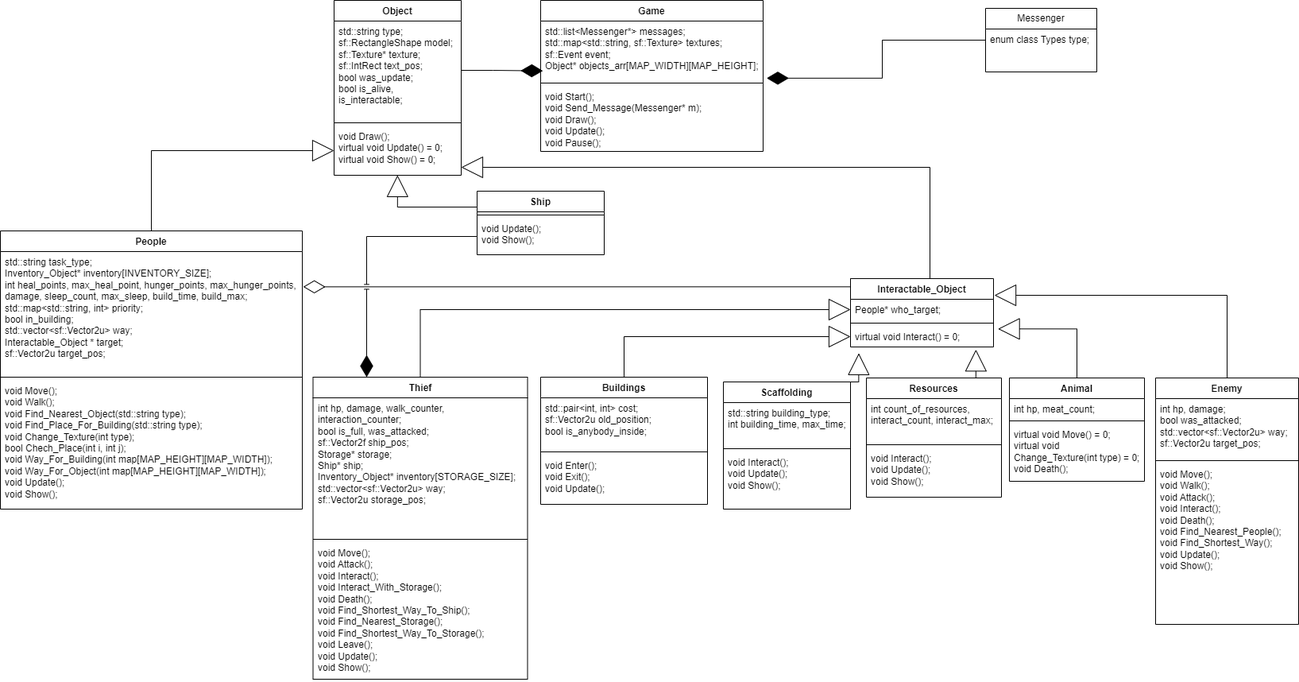
The draw.io diagram diagram.drawio.png in Darber32/Colony-Simulation, before a commit. Source tidied: cells renumbered, new cells last; positions are measured from the earlier drawing's top-left corner, leaving out a move shared by most shapes.
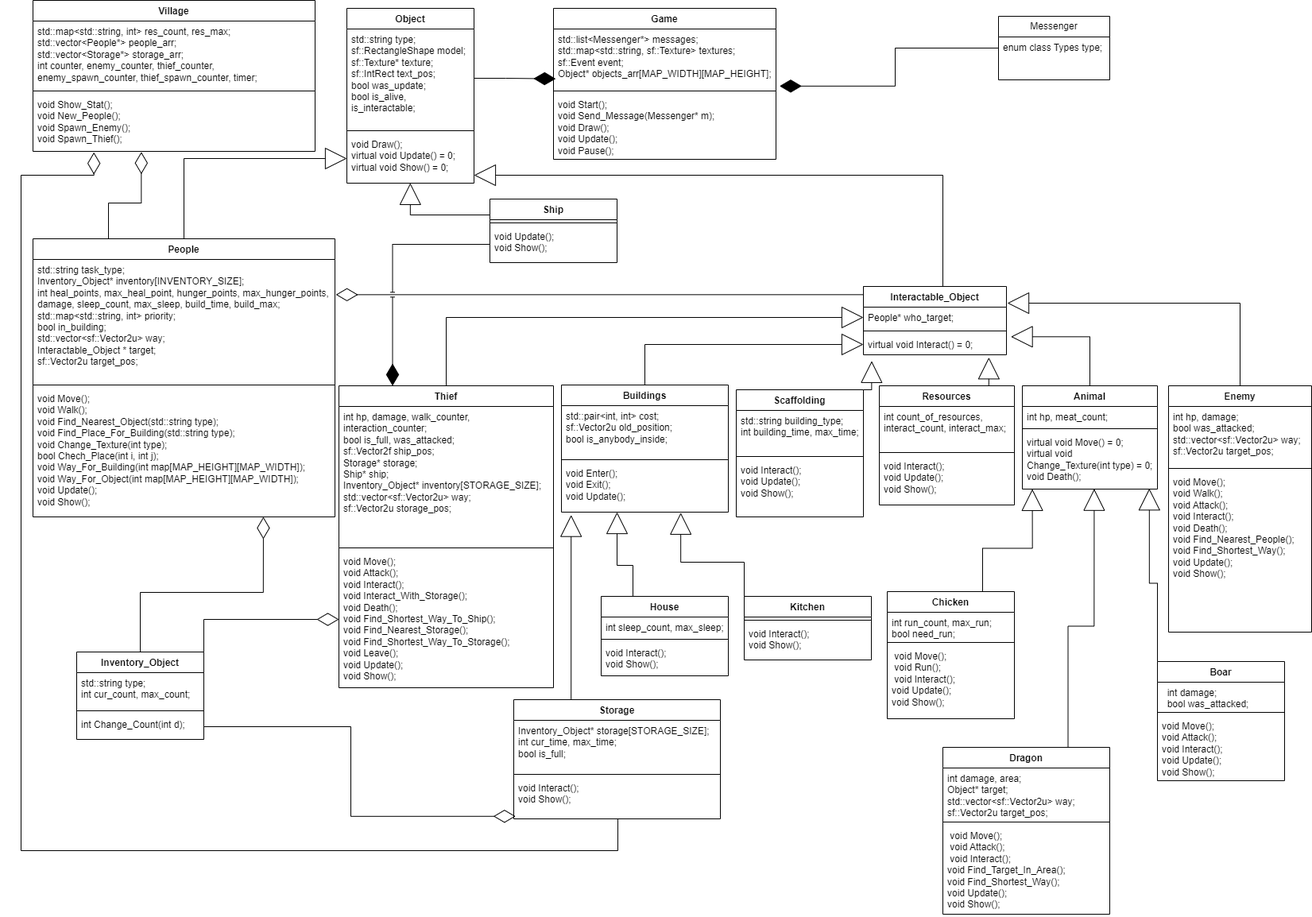
After the commit.

Diff of the diagram source:
```diff
@@ -41,8 +41,11 @@
     <mxCell id="14" style="edgeStyle=orthogonalEdgeStyle;rounded=0;jettySize=auto;html=1;endArrow=block;endFill=0;endSize=25;" parent="1" edge="1" source="15" target="12">
       <mxGeometry relative="1" as="geometry" />
     </mxCell>
+    <mxCell id="60" style="edgeStyle=orthogonalEdgeStyle;rounded=0;jettySize=auto;html=1;exitX=0.25;exitY=0;exitDx=0;exitDy=0;entryX=0.384;entryY=1.01;entryDx=0;entryDy=0;entryPerimeter=0;endArrow=diamondThin;endFill=0;endSize=25;" parent="1" edge="1" source="15" target="86">
+      <mxGeometry relative="1" as="geometry" />
+    </mxCell>
     <mxCell id="15" value="People" style="swimlane;fontStyle=1;align=center;verticalAlign=top;horizontal=1;startSize=26;whiteSpace=wrap;html=1;" parent="1" vertex="1">
-      <mxGeometry y="290" width="380" height="350" as="geometry" />
+      <mxGeometry x="25" y="290" width="380" height="350" as="geometry" />
     </mxCell>
     <mxCell id="16" value="&lt;div&gt;std::string task_type;&lt;/div&gt;&lt;div&gt;Inventory_Object* inventory[INVENTORY_SIZE];&lt;/div&gt;&lt;div&gt;int heal_points, max_heal_point, hunger_points, max_hunger_points, damage, sleep_count, max_sleep, build_time, build_max;&lt;/div&gt;&lt;div&gt;std::map&amp;lt;std::string, int&amp;gt; priority;&lt;/div&gt;&lt;div&gt;bool in_building;&lt;/div&gt;&lt;div&gt;std::vector&amp;lt;sf::Vector2u&amp;gt; way;&lt;/div&gt;&lt;div&gt;Interactable_Object * target;&lt;/div&gt;&lt;div&gt;sf::Vector2u target_pos;&lt;/div&gt;" style="text;strokeColor=none;fillColor=none;align=left;verticalAlign=top;spacingLeft=4;spacingRight=4;overflow=hidden;points=[[0,0.5],[1,0.5]];portConstraint=eastwest;whiteSpace=wrap;html=1;" parent="15" vertex="1">
       <mxGeometry y="26" width="380" height="154" as="geometry" />
@@ -78,7 +81,7 @@
       <mxGeometry relative="1" as="geometry" />
     </mxCell>
     <mxCell id="25" value="Buildings&lt;div&gt;&lt;br&gt;&lt;/div&gt;" style="swimlane;fontStyle=1;align=center;verticalAlign=top;horizontal=1;startSize=26;whiteSpace=wrap;html=1;" parent="1" vertex="1">
-      <mxGeometry x="680" y="474" width="210" height="160" as="geometry" />
+      <mxGeometry x="690" y="474" width="210" height="160" as="geometry" />
     </mxCell>
     <mxCell id="26" value="&lt;div&gt;std::pair&amp;lt;int, int&amp;gt; cost;&lt;/div&gt;&lt;div&gt;sf::Vector2u old_position;&lt;/div&gt;&lt;div&gt;bool is_anybody_inside;&lt;/div&gt;" style="text;strokeColor=none;fillColor=none;align=left;verticalAlign=top;spacingLeft=4;spacingRight=4;overflow=hidden;whiteSpace=wrap;html=1;" parent="25" vertex="1">
       <mxGeometry y="26" width="210" height="64" as="geometry" />
@@ -90,7 +93,7 @@
       <mxGeometry y="98" width="210" height="62" as="geometry" />
     </mxCell>
     <mxCell id="29" value="Thief" style="swimlane;fontStyle=1;align=center;verticalAlign=top;horizontal=1;startSize=26;whiteSpace=wrap;html=1;" parent="1" vertex="1">
-      <mxGeometry x="393.5" y="474" width="270" height="380" as="geometry" />
+      <mxGeometry x="410" y="475" width="270" height="380" as="geometry" />
     </mxCell>
     <mxCell id="30" value="&lt;div&gt;int hp, damage, walk_counter, interaction_counter;&lt;/div&gt;&lt;div&gt;bool is_full, was_attacked;&lt;/div&gt;&lt;div&gt;sf::Vector2f ship_pos;&lt;/div&gt;&lt;div&gt;Storage* storage;&lt;/div&gt;&lt;div&gt;Ship* ship;&lt;/div&gt;&lt;div&gt;Inventory_Object* inventory[STORAGE_SIZE];&lt;/div&gt;&lt;div&gt;std::vector&amp;lt;sf::Vector2u&amp;gt; way;&lt;/div&gt;&lt;div&gt;sf::Vector2u storage_pos;&lt;/div&gt;" style="text;strokeColor=none;fillColor=none;align=left;verticalAlign=top;spacingLeft=4;spacingRight=4;overflow=hidden;whiteSpace=wrap;html=1;" parent="29" vertex="1">
       <mxGeometry y="26" width="270" height="174" as="geometry" />
@@ -186,5 +189,144 @@
     <mxCell id="59" style="edgeStyle=orthogonalEdgeStyle;rounded=0;jettySize=auto;html=1;exitX=0;exitY=0.5;exitDx=0;exitDy=0;entryX=0.25;entryY=0;entryDx=0;entryDy=0;endArrow=diamondThin;endFill=1;endSize=25;jumpStyle=line;" parent="1" edge="1" source="55" target="29">
       <mxGeometry relative="1" as="geometry" />
     </mxCell>
+    <mxCell id="61" style="edgeStyle=orthogonalEdgeStyle;rounded=0;jettySize=auto;html=1;exitX=0.75;exitY=0;exitDx=0;exitDy=0;entryX=0.058;entryY=1.058;entryDx=0;entryDy=0;entryPerimeter=0;endArrow=block;endFill=0;endSize=25;" parent="1" edge="1" source="63" target="28">
+      <mxGeometry relative="1" as="geometry">
+        <Array as="points">
+          <mxPoint x="702" y="870" />
+        </Array>
+      </mxGeometry>
+    </mxCell>
+    <mxCell id="62" style="edgeStyle=orthogonalEdgeStyle;rounded=0;jettySize=auto;html=1;exitX=0.504;exitY=1.011;exitDx=0;exitDy=0;exitPerimeter=0;endArrow=diamondThin;endFill=0;endSize=25;entryX=0.216;entryY=1.016;entryDx=0;entryDy=0;entryPerimeter=0;" parent="1" edge="1" source="66" target="86">
+      <mxGeometry relative="1" as="geometry">
+        <Array as="points">
+          <mxPoint x="761" y="1060" />
+          <mxPoint x="10" y="1060" />
+          <mxPoint x="10" y="210" />
+          <mxPoint x="102" y="210" />
+        </Array>
+      </mxGeometry>
+    </mxCell>
+    <mxCell id="63" value="Storage" style="swimlane;fontStyle=1;align=center;verticalAlign=top;horizontal=1;startSize=26;whiteSpace=wrap;html=1;" parent="1" vertex="1">
+      <mxGeometry x="630" y="870" width="260" height="150" as="geometry" />
+    </mxCell>
+    <mxCell id="64" value="&lt;div&gt;Inventory_Object* storage[STORAGE_SIZE];&lt;/div&gt;&lt;div&gt;int cur_time, max_time;&lt;/div&gt;&lt;div&gt;bool is_full;&lt;/div&gt;" style="text;strokeColor=none;fillColor=none;align=left;verticalAlign=top;spacingLeft=4;spacingRight=4;overflow=hidden;whiteSpace=wrap;html=1;" parent="63" vertex="1">
+      <mxGeometry y="26" width="260" height="64" as="geometry" />
+    </mxCell>
+    <mxCell id="65" style="line;strokeWidth=1;fillColor=none;align=left;verticalAlign=middle;spacingTop=-1;spacingLeft=3;spacingRight=3;labelPosition=right;strokeColor=inherit;" parent="63" vertex="1">
+      <mxGeometry y="90" width="260" height="8" as="geometry" />
+    </mxCell>
+    <mxCell id="66" value="void Interact();&lt;div&gt;void Show();&lt;br&gt;&lt;/div&gt;" style="text;strokeColor=none;fillColor=none;align=left;verticalAlign=top;spacingLeft=4;spacingRight=4;overflow=hidden;points=[[0,0.5],[1,0.5]];portConstraint=eastwest;whiteSpace=wrap;html=1;" parent="63" vertex="1">
+      <mxGeometry y="98" width="260" height="52" as="geometry" />
+    </mxCell>
+    <mxCell id="67" style="edgeStyle=orthogonalEdgeStyle;rounded=0;jettySize=auto;html=1;exitX=0.25;exitY=0;exitDx=0;exitDy=0;endArrow=block;endFill=0;endSize=25;" parent="1" edge="1" source="68" target="28">
+      <mxGeometry relative="1" as="geometry">
+        <Array as="points">
+          <mxPoint x="780" y="701" />
+          <mxPoint x="760" y="701" />
+        </Array>
+      </mxGeometry>
+    </mxCell>
+    <mxCell id="68" value="House" style="swimlane;fontStyle=1;align=center;verticalAlign=top;horizontal=1;startSize=26;whiteSpace=wrap;html=1;" parent="1" vertex="1">
+      <mxGeometry x="740" y="740" width="160" height="100" as="geometry" />
+    </mxCell>
+    <mxCell id="69" value="int sleep_count, max_sleep;" style="text;strokeColor=none;fillColor=none;align=left;verticalAlign=top;spacingLeft=4;spacingRight=4;overflow=hidden;whiteSpace=wrap;html=1;" parent="68" vertex="1">
+      <mxGeometry y="26" width="160" height="24" as="geometry" />
+    </mxCell>
+    <mxCell id="70" style="line;strokeWidth=1;fillColor=none;align=left;verticalAlign=middle;spacingTop=-1;spacingLeft=3;spacingRight=3;labelPosition=right;strokeColor=inherit;" parent="68" vertex="1">
+      <mxGeometry y="50" width="160" height="8" as="geometry" />
+    </mxCell>
+    <mxCell id="71" value="void Interact();&lt;div&gt;void Show();&lt;/div&gt;" style="text;strokeColor=none;fillColor=none;align=left;verticalAlign=top;spacingLeft=4;spacingRight=4;overflow=hidden;whiteSpace=wrap;html=1;" parent="68" vertex="1">
+      <mxGeometry y="58" width="160" height="42" as="geometry" />
+    </mxCell>
+    <mxCell id="72" value="Kitchen" style="swimlane;fontStyle=1;align=center;verticalAlign=top;horizontal=1;startSize=26;whiteSpace=wrap;html=1;" parent="1" vertex="1">
+      <mxGeometry x="920" y="740" width="160" height="80" as="geometry" />
+    </mxCell>
+    <mxCell id="73" style="line;strokeWidth=1;fillColor=none;align=left;verticalAlign=middle;spacingTop=-1;spacingLeft=3;spacingRight=3;labelPosition=right;strokeColor=inherit;" parent="72" vertex="1">
+      <mxGeometry y="26" width="160" height="8" as="geometry" />
+    </mxCell>
+    <mxCell id="74" value="void Interact();&lt;div&gt;void Show();&lt;/div&gt;" style="text;strokeColor=none;fillColor=none;align=left;verticalAlign=top;spacingLeft=4;spacingRight=4;overflow=hidden;whiteSpace=wrap;html=1;" parent="72" vertex="1">
+      <mxGeometry y="34" width="160" height="46" as="geometry" />
+    </mxCell>
+    <mxCell id="75" style="edgeStyle=orthogonalEdgeStyle;rounded=0;jettySize=auto;html=1;exitX=0;exitY=0;exitDx=0;exitDy=0;endArrow=block;endFill=0;endSize=25;entryX=0.715;entryY=1.013;entryDx=0;entryDy=0;entryPerimeter=0;" parent="1" edge="1" source="72" target="28">
+      <mxGeometry relative="1" as="geometry" />
+    </mxCell>
+    <mxCell id="76" style="edgeStyle=orthogonalEdgeStyle;rounded=0;jettySize=auto;html=1;exitX=0.5;exitY=0;exitDx=0;exitDy=0;endArrow=diamondThin;endFill=0;endSize=25;entryX=0.763;entryY=1;entryDx=0;entryDy=0;entryPerimeter=0;" parent="1" edge="1" source="78" target="18">
+      <mxGeometry relative="1" as="geometry" />
+    </mxCell>
+    <mxCell id="77" style="edgeStyle=orthogonalEdgeStyle;rounded=0;jettySize=auto;html=1;exitX=1;exitY=0;exitDx=0;exitDy=0;endArrow=diamondThin;endFill=0;endSize=25;" parent="1" edge="1" source="78" target="32">
+      <mxGeometry relative="1" as="geometry" />
+    </mxCell>
+    <mxCell id="78" value="Inventory_Object" style="swimlane;fontStyle=1;align=center;verticalAlign=top;horizontal=1;startSize=26;whiteSpace=wrap;html=1;" parent="1" vertex="1">
+      <mxGeometry x="80" y="810" width="160" height="110" as="geometry" />
+    </mxCell>
+    <mxCell id="79" value="&lt;div&gt;std::string type;&lt;/div&gt;&lt;div&gt;int cur_count, max_count;&lt;/div&gt;" style="text;strokeColor=none;fillColor=none;align=left;verticalAlign=top;spacingLeft=4;spacingRight=4;overflow=hidden;whiteSpace=wrap;html=1;" parent="78" vertex="1">
+      <mxGeometry y="26" width="160" height="44" as="geometry" />
+    </mxCell>
+    <mxCell id="80" style="line;strokeWidth=1;fillColor=none;align=left;verticalAlign=middle;spacingTop=-1;spacingLeft=3;spacingRight=3;labelPosition=right;strokeColor=inherit;" parent="78" vertex="1">
+      <mxGeometry y="70" width="160" height="8" as="geometry" />
+    </mxCell>
+    <mxCell id="81" value="int Change_Count(int d);" style="text;strokeColor=none;fillColor=none;align=left;verticalAlign=top;spacingLeft=4;spacingRight=4;overflow=hidden;points=[[0,0.5],[1,0.5]];portConstraint=eastwest;whiteSpace=wrap;html=1;" parent="78" vertex="1">
+      <mxGeometry y="78" width="160" height="32" as="geometry" />
+    </mxCell>
+    <mxCell id="82" style="edgeStyle=orthogonalEdgeStyle;rounded=0;jettySize=auto;html=1;entryX=0.009;entryY=0.938;entryDx=0;entryDy=0;entryPerimeter=0;endArrow=diamondThin;endFill=0;endSize=25;" parent="1" edge="1" source="81" target="66">
+      <mxGeometry relative="1" as="geometry" />
+    </mxCell>
+    <mxCell id="83" value="Village" style="swimlane;fontStyle=1;align=center;verticalAlign=top;horizontal=1;startSize=26;whiteSpace=wrap;html=1;" parent="1" vertex="1">
+      <mxGeometry x="25" y="-10" width="355" height="190" as="geometry" />
+    </mxCell>
+    <mxCell id="84" value="&lt;div&gt;std::map&amp;lt;std::string, int&amp;gt; res_count, res_max;&lt;/div&gt;&lt;div&gt;std::vector&amp;lt;People*&amp;gt; people_arr;&lt;/div&gt;&lt;div&gt;std::vector&amp;lt;Storage*&amp;gt; storage_arr;&lt;/div&gt;&lt;div&gt;int counter, enemy_counter, thief_counter, enemy_spawn_counter, thief_spawn_counter, timer;&lt;/div&gt;" style="text;strokeColor=none;fillColor=none;align=left;verticalAlign=top;spacingLeft=4;spacingRight=4;overflow=hidden;whiteSpace=wrap;html=1;" parent="83" vertex="1">
+      <mxGeometry y="26" width="355" height="84" as="geometry" />
+    </mxCell>
+    <mxCell id="85" style="line;strokeWidth=1;fillColor=none;align=left;verticalAlign=middle;spacingTop=-1;spacingLeft=3;spacingRight=3;labelPosition=right;strokeColor=inherit;" parent="83" vertex="1">
+      <mxGeometry y="110" width="355" height="8" as="geometry" />
+    </mxCell>
+    <mxCell id="86" value="&lt;div&gt;void Show_Stat();&lt;/div&gt;&lt;div&gt;void New_People();&lt;/div&gt;&lt;div&gt;&lt;div&gt;void Spawn_Enemy();&lt;/div&gt;&lt;div&gt;void Spawn_Thief();&lt;/div&gt;&lt;/div&gt;" style="text;strokeColor=none;fillColor=none;align=left;verticalAlign=top;spacingLeft=4;spacingRight=4;overflow=hidden;points=[[0,0.5],[1,0.5]];portConstraint=eastwest;whiteSpace=wrap;html=1;" parent="83" vertex="1">
+      <mxGeometry y="118" width="355" height="72" as="geometry" />
+    </mxCell>
+    <mxCell id="87" style="edgeStyle=orthogonalEdgeStyle;rounded=0;jettySize=auto;html=1;exitX=0.75;exitY=0;exitDx=0;exitDy=0;entryX=0.074;entryY=0.999;entryDx=0;entryDy=0;entryPerimeter=0;endArrow=block;endFill=0;endSize=25;" parent="1" edge="1" source="88" target="45">
+      <mxGeometry relative="1" as="geometry" />
+    </mxCell>
+    <mxCell id="88" value="Chicken" style="swimlane;fontStyle=1;align=center;verticalAlign=top;horizontal=1;startSize=26;whiteSpace=wrap;html=1;" parent="1" vertex="1">
+      <mxGeometry x="1100" y="734" width="160" height="160" as="geometry" />
+    </mxCell>
+    <mxCell id="89" value="&lt;div&gt;int run_count, max_run;&lt;/div&gt;&lt;div&gt;bool need_run;&lt;/div&gt;" style="text;strokeColor=none;fillColor=none;align=left;verticalAlign=top;spacingLeft=4;spacingRight=4;overflow=hidden;whiteSpace=wrap;html=1;" parent="88" vertex="1">
+      <mxGeometry y="26" width="160" height="34" as="geometry" />
+    </mxCell>
+    <mxCell id="90" style="line;strokeWidth=1;fillColor=none;align=left;verticalAlign=middle;spacingTop=-1;spacingLeft=3;spacingRight=3;labelPosition=right;strokeColor=inherit;" parent="88" vertex="1">
+      <mxGeometry y="60" width="160" height="8" as="geometry" />
+    </mxCell>
+    <mxCell id="91" value="&lt;div&gt;&amp;nbsp;void Move();&lt;/div&gt;&lt;div&gt;&amp;nbsp;void Run();&lt;/div&gt;&lt;div&gt;&amp;nbsp;void Interact();&lt;/div&gt;&lt;div&gt;&lt;div&gt;void Update();&lt;/div&gt;&lt;div&gt;void Show();&lt;/div&gt;&lt;/div&gt;" style="text;strokeColor=none;fillColor=none;align=left;verticalAlign=top;spacingLeft=4;spacingRight=4;overflow=hidden;whiteSpace=wrap;html=1;" parent="88" vertex="1">
+      <mxGeometry y="68" width="160" height="92" as="geometry" />
+    </mxCell>
+    <mxCell id="92" style="edgeStyle=orthogonalEdgeStyle;rounded=0;jettySize=auto;html=1;exitX=0;exitY=0;exitDx=0;exitDy=0;entryX=0.94;entryY=0.99;entryDx=0;entryDy=0;entryPerimeter=0;endArrow=block;endFill=0;endSize=25;" parent="1" edge="1" source="93" target="45">
+      <mxGeometry relative="1" as="geometry" />
+    </mxCell>
+    <mxCell id="93" value="Boar" style="swimlane;fontStyle=1;align=center;verticalAlign=top;horizontal=1;startSize=26;whiteSpace=wrap;html=1;" parent="1" vertex="1">
+      <mxGeometry x="1440" y="822" width="160" height="150" as="geometry" />
+    </mxCell>
+    <mxCell id="94" value="&lt;div&gt;&amp;nbsp; int damage;&lt;/div&gt;&lt;div&gt;&amp;nbsp; bool was_attacked;&lt;/div&gt;" style="text;strokeColor=none;fillColor=none;align=left;verticalAlign=top;spacingLeft=4;spacingRight=4;overflow=hidden;whiteSpace=wrap;html=1;" parent="93" vertex="1">
+      <mxGeometry y="26" width="160" height="34" as="geometry" />
+    </mxCell>
+    <mxCell id="95" style="line;strokeWidth=1;fillColor=none;align=left;verticalAlign=middle;spacingTop=-1;spacingLeft=3;spacingRight=3;labelPosition=right;strokeColor=inherit;" parent="93" vertex="1">
+      <mxGeometry y="60" width="160" height="8" as="geometry" />
+    </mxCell>
+    <mxCell id="96" value="&lt;div&gt;void Move();&lt;/div&gt;&lt;div&gt;void Attack();&lt;/div&gt;&lt;div&gt;void Interact();&lt;/div&gt;&lt;div&gt;&lt;div&gt;void Update();&lt;/div&gt;&lt;div&gt;void Show();&lt;/div&gt;&lt;/div&gt;" style="text;strokeColor=none;fillColor=none;align=left;verticalAlign=top;spacingLeft=4;spacingRight=4;overflow=hidden;whiteSpace=wrap;html=1;" parent="93" vertex="1">
+      <mxGeometry y="68" width="160" height="82" as="geometry" />
+    </mxCell>
+    <mxCell id="97" style="edgeStyle=orthogonalEdgeStyle;rounded=0;jettySize=auto;html=1;exitX=0.75;exitY=0;exitDx=0;exitDy=0;entryX=0.532;entryY=0.996;entryDx=0;entryDy=0;entryPerimeter=0;endArrow=block;endFill=0;endSize=25;" parent="1" edge="1" source="98" target="45">
+      <mxGeometry relative="1" as="geometry" />
+    </mxCell>
+    <mxCell id="98" value="Dragon" style="swimlane;fontStyle=1;align=center;verticalAlign=top;horizontal=1;startSize=26;whiteSpace=wrap;html=1;" parent="1" vertex="1">
+      <mxGeometry x="1170" y="930" width="210" height="210" as="geometry" />
+    </mxCell>
+    <mxCell id="99" value="&lt;div&gt;int damage, area;&lt;/div&gt;&lt;div&gt;Object* target;&lt;/div&gt;&lt;div&gt;std::vector&amp;lt;sf::Vector2u&amp;gt; way;&lt;/div&gt;&lt;div&gt;sf::Vector2u target_pos;&lt;/div&gt;" style="text;strokeColor=none;fillColor=none;align=left;verticalAlign=top;spacingLeft=4;spacingRight=4;overflow=hidden;whiteSpace=wrap;html=1;" parent="98" vertex="1">
+      <mxGeometry y="26" width="210" height="64" as="geometry" />
+    </mxCell>
+    <mxCell id="100" style="line;strokeWidth=1;fillColor=none;align=left;verticalAlign=middle;spacingTop=-1;spacingLeft=3;spacingRight=3;labelPosition=right;strokeColor=inherit;" parent="98" vertex="1">
+      <mxGeometry y="90" width="210" height="8" as="geometry" />
+    </mxCell>
+    <mxCell id="101" value="&lt;div&gt;&amp;nbsp;void Move();&lt;/div&gt;&lt;div&gt;&amp;nbsp;void Attack();&lt;/div&gt;&lt;div&gt;&amp;nbsp;void Interact();&lt;/div&gt;&lt;div&gt;&lt;div&gt;void Find_Target_In_Area();&lt;/div&gt;&lt;div&gt;void Find_Shortest_Way();&lt;/div&gt;&lt;/div&gt;&lt;div&gt;&lt;div&gt;void Update();&lt;/div&gt;&lt;div&gt;void Show();&lt;/div&gt;&lt;/div&gt;" style="text;strokeColor=none;fillColor=none;align=left;verticalAlign=top;spacingLeft=4;spacingRight=4;overflow=hidden;whiteSpace=wrap;html=1;" parent="98" vertex="1">
+      <mxGeometry y="98" width="210" height="112" as="geometry" />
+    </mxCell>
   </root>
 </mxGraphModel>
```
